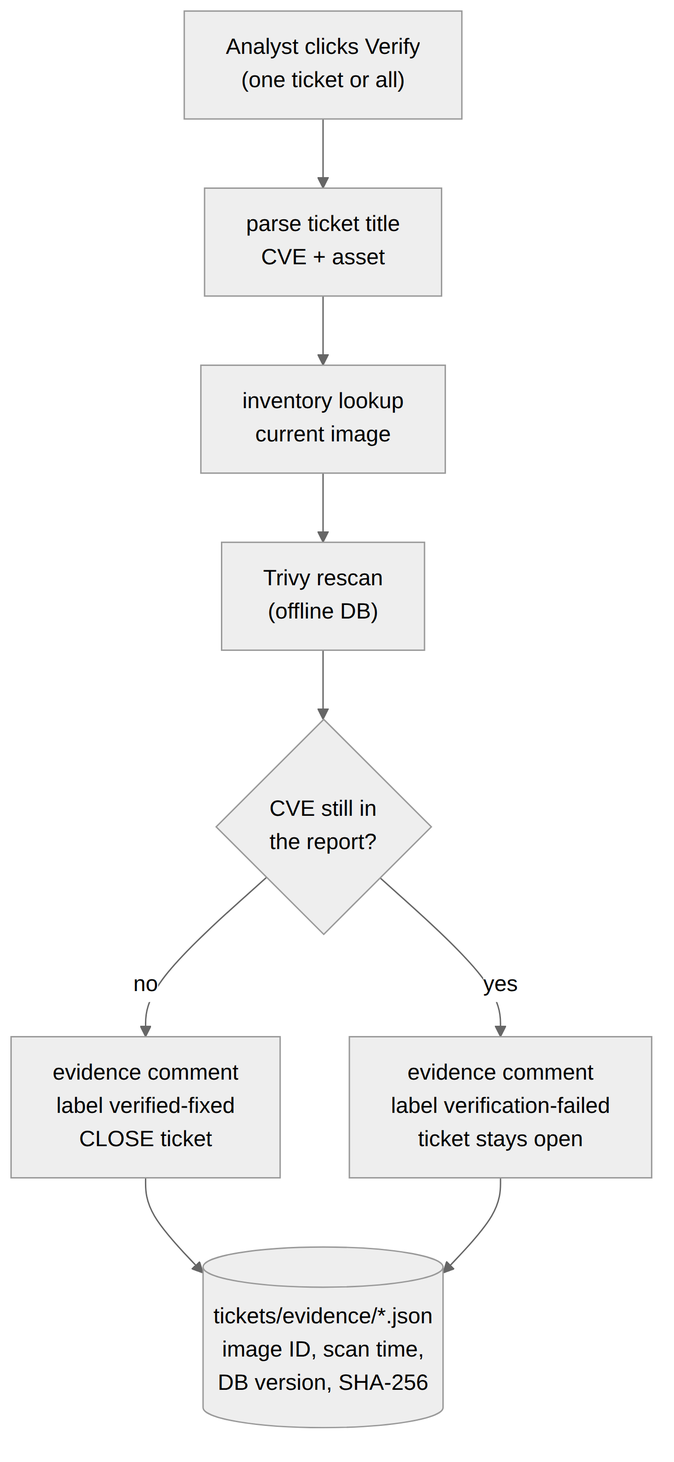
This is documentation/report-kit/diagrams/d6-verification-logic.png from aminsmida2022-alt/Vulproject, a Mermaid export, as it was before one commit. Its source is kept beside it as documentation/report-kit/diagrams/d6-verification-logic.mmd. The source it was exported from:
```mermaid
flowchart TD
    S["Analyst clicks Verify<br/>(one ticket or all)"] --> P["parse ticket title<br/>CVE + asset"]
    P --> I["inventory lookup<br/>current image"]
    I --> T["Trivy rescan<br/>(offline DB)"]
    T --> Q{"CVE still in<br/>the report?"}
    Q -- no --> OK["evidence comment<br/>label verified-fixed<br/>CLOSE ticket"]
    Q -- yes --> KO["evidence comment<br/>label verification-failed<br/>ticket stays open"]
    OK --> E[("tickets/evidence/*.json<br/>image ID, scan time,<br/>DB version, SHA-256")]
    KO --> E
```
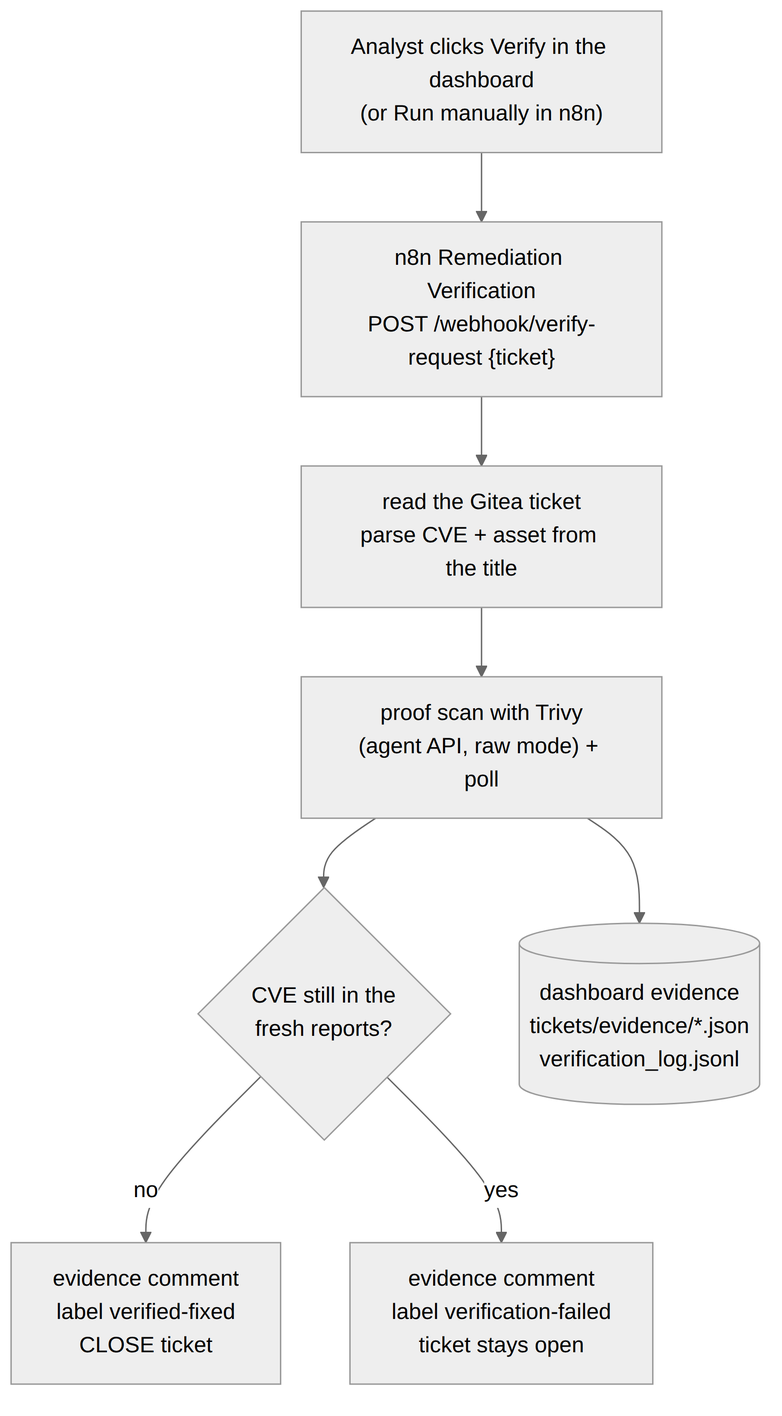
After the change.

Diff of the diagram source:
```diff
@@ -1,9 +1,8 @@
 flowchart TD
-    S["Analyst clicks Verify<br/>(one ticket or all)"] --> P["parse ticket title<br/>CVE + asset"]
-    P --> I["inventory lookup<br/>current image"]
-    I --> T["Trivy rescan<br/>(offline DB)"]
-    T --> Q{"CVE still in<br/>the report?"}
+    S["Analyst clicks Verify in the dashboard<br/>(or Run manually in n8n)"] --> W["n8n Remediation Verification<br/>POST /webhook/verify-request {ticket}"]
+    W --> P["read the Gitea ticket<br/>parse CVE + asset from the title"]
+    P --> T["proof scan with Trivy<br/>(agent API, raw mode) + poll"]
+    T --> Q{"CVE still in the<br/>fresh reports?"}
     Q -- no --> OK["evidence comment<br/>label verified-fixed<br/>CLOSE ticket"]
     Q -- yes --> KO["evidence comment<br/>label verification-failed<br/>ticket stays open"]
-    OK --> E[("tickets/evidence/*.json<br/>image ID, scan time,<br/>DB version, SHA-256")]
-    KO --> E
+    T --> E[("dashboard evidence<br/>tickets/evidence/*.json<br/>verification_log.jsonl")]
```
